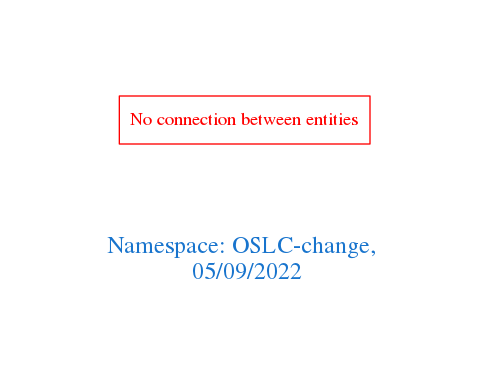
Earlier version of the Graphviz export downloads/OSLC-change.png (arago/OGIT). Its source is kept beside it as downloads/OSLC-change.dot.
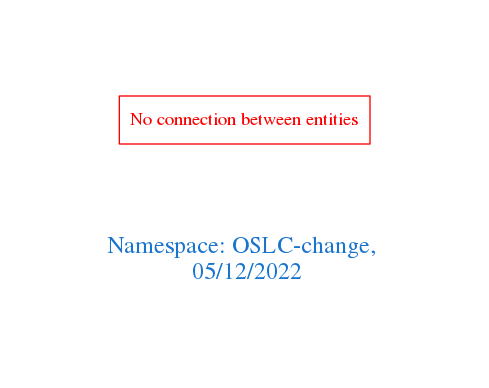
After the commit.

The edit, as a diff of the source:
```diff
@@ -1,7 +1,7 @@
 digraph OGIT_ontology {
  graph [ rankdir= LR,pad=1
 fontsize = 18,
-fontcolor= dodgerblue3,label = "\n\n\nNamespace: OSLC-change, \n 05/09/2022"];
+fontcolor= dodgerblue3,label = "\n\n\nNamespace: OSLC-change, \n 05/12/2022"];
 node[shape=polygon];
 edge [  color="gray81"];
 
```
